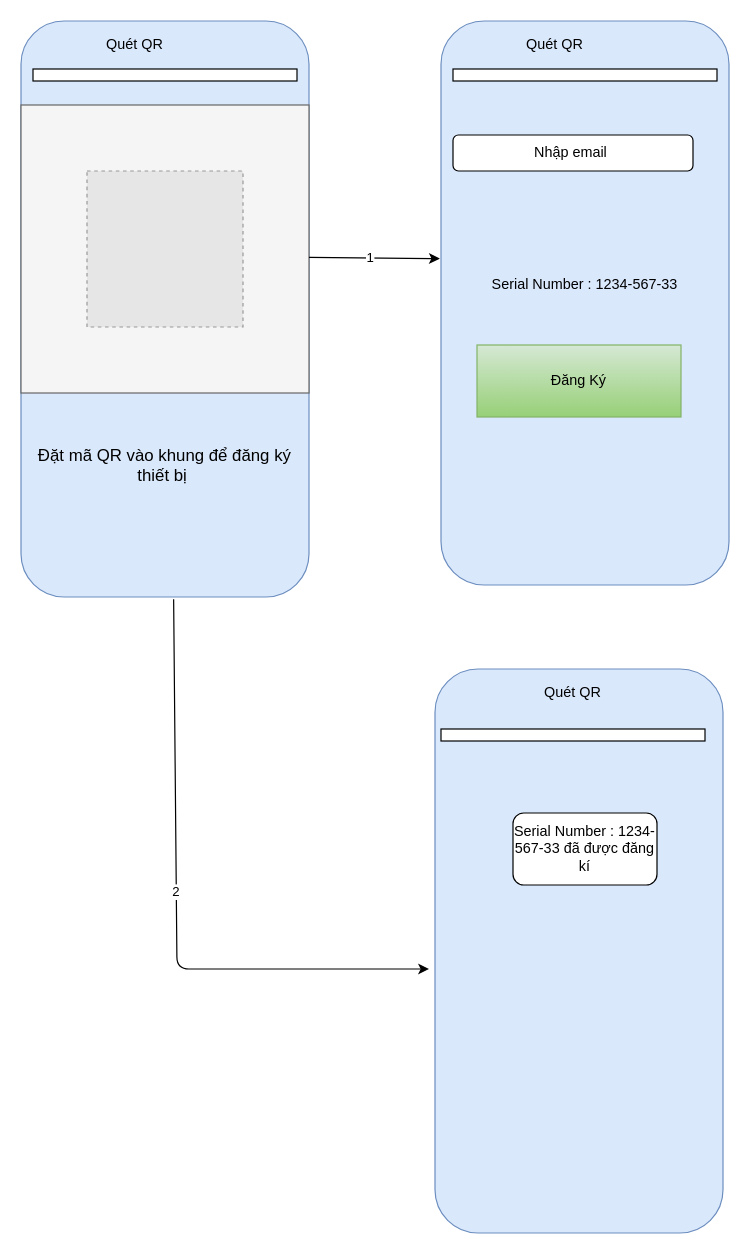
Earlier version of the draw.io diagram page "QR-Serial_Number" (4 of 4) of scan_device/01.requirments/tconfig.drawio (letrthong/telua_esp32_sensor). Source tidied: cells renumbered, new cells numbered last; positions are measured from the earlier drawing's top-left corner, leaving out a move shared by most shapes. Both pictures are drawn from the tidied source at 120%, with x=0, y=0 at pixel (20, 20). Pictures stored in the file or linked from it are replaced by grey dashed boxes.
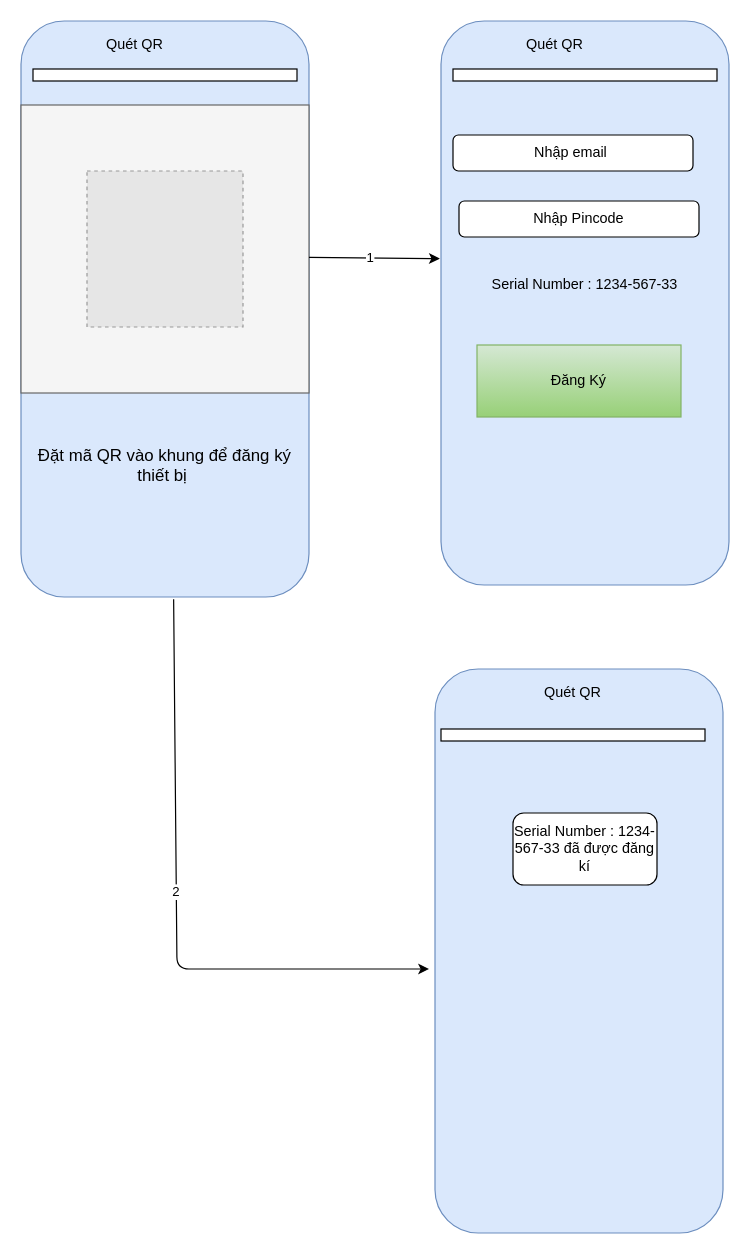
The same diagram, later.

The edit, as a diff of the source:
```diff
@@
+    <mxCell id="23" value="Nhập Pincode" style="rounded=1;whiteSpace=wrap;html=1;" parent="1" vertex="1">
+      <mxGeometry x="365" y="150" width="200" height="30" as="geometry" />
+    </mxCell>
```
